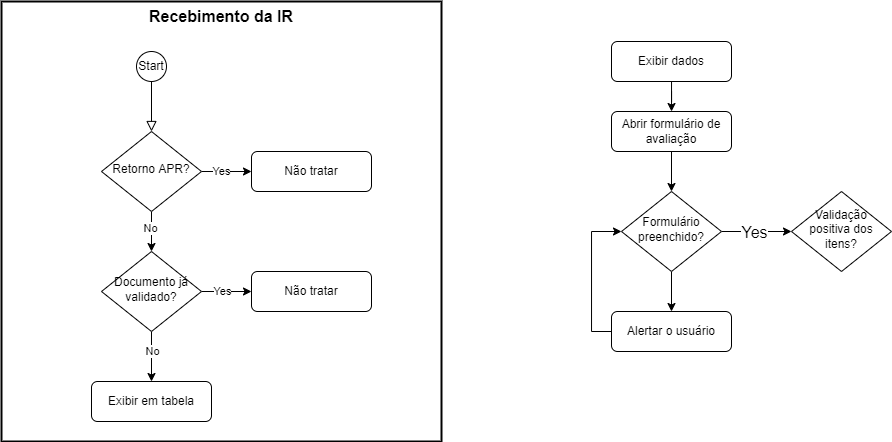
RogiNascimento/diagramas keeps this draw.io diagram as fluxograma.drawio.png. Above is the earlier version. Source tidied: cells renumbered, new cells last; positions are measured from the earlier drawing's top-left corner, leaving out a move shared by most shapes.
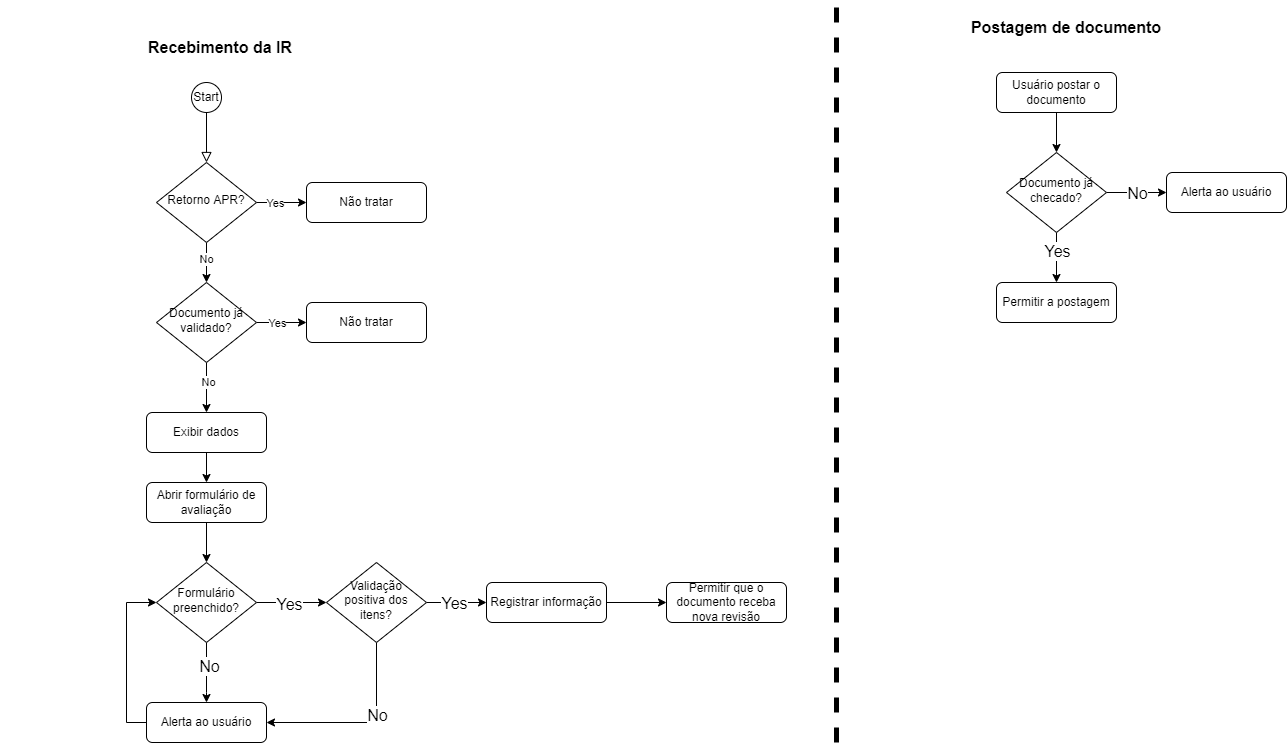
After the commit.

What changed in the source:
```diff
@@ -2,9 +2,9 @@
   <root>
     <mxCell id="0" />
     <mxCell id="1" parent="0" />
-    <mxCell id="2" style="whiteSpace=wrap;html=1;fillColor=none;strokeWidth=2;" parent="1" vertex="1">
-      <mxGeometry width="440" height="440" as="geometry" />
-    </mxCell>
+    <mxCell id="30" style="edgeStyle=orthogonalEdgeStyle;rounded=0;jettySize=auto;html=1;fontSize=16;" parent="1" edge="1" source="27" target="36">
+      <mxGeometry relative="1" as="geometry" />
+    </mxCell>
     <mxCell id="3" style="rounded=0;html=1;jettySize=auto;fontSize=11;endArrow=block;endFill=0;endSize=8;strokeWidth=1;shadow=0;labelBackgroundColor=none;edgeStyle=orthogonalEdgeStyle;" parent="1" edge="1" target="8">
       <mxGeometry relative="1" as="geometry">
         <mxPoint x="150" y="80" as="sourcePoint" />
@@ -55,25 +55,22 @@
       <mxGeometry x="250" y="270" width="120" height="40" as="geometry" />
     </mxCell>
     <mxCell id="16" value="Recebimento da IR" style="text;html=1;strokeColor=none;fillColor=none;align=center;verticalAlign=middle;whiteSpace=wrap;rounded=0;fontSize=16;fontStyle=1;" parent="1" vertex="1">
-      <mxGeometry width="440" height="30" as="geometry" />
+      <mxGeometry x="-56" width="440" height="30" as="geometry" />
     </mxCell>
     <mxCell id="17" value="Start" style="ellipse;whiteSpace=wrap;html=1;" parent="1" vertex="1">
       <mxGeometry x="135" y="50" width="30" height="30" as="geometry" />
     </mxCell>
-    <mxCell id="18" value="&lt;span style=&quot;font-family: &amp;#34;helvetica&amp;#34;&quot;&gt;Exibir em tabela&lt;/span&gt;" style="rounded=1;whiteSpace=wrap;html=1;fontSize=12;glass=0;strokeWidth=1;shadow=0;" parent="1" vertex="1">
-      <mxGeometry x="90" y="380" width="120" height="40" as="geometry" />
-    </mxCell>
     <mxCell id="19" style="edgeStyle=orthogonalEdgeStyle;rounded=0;jettySize=auto;html=1;fontSize=16;" parent="1" edge="1" source="20" target="22">
       <mxGeometry relative="1" as="geometry" />
     </mxCell>
     <mxCell id="20" value="Exibir dados" style="rounded=1;whiteSpace=wrap;html=1;fontSize=12;glass=0;strokeWidth=1;shadow=0;" parent="1" vertex="1">
-      <mxGeometry x="610" y="40" width="120" height="40" as="geometry" />
+      <mxGeometry x="90" y="380" width="120" height="40" as="geometry" />
     </mxCell>
     <mxCell id="21" style="edgeStyle=orthogonalEdgeStyle;rounded=0;jettySize=auto;html=1;fontSize=16;" parent="1" edge="1" source="22" target="26">
       <mxGeometry relative="1" as="geometry" />
     </mxCell>
     <mxCell id="22" value="Abrir formulário de avaliação" style="rounded=1;whiteSpace=wrap;html=1;fontSize=12;glass=0;strokeWidth=1;shadow=0;" parent="1" vertex="1">
-      <mxGeometry x="610" y="110" width="120" height="40" as="geometry" />
+      <mxGeometry x="90" y="450" width="120" height="40" as="geometry" />
     </mxCell>
     <mxCell id="23" style="edgeStyle=orthogonalEdgeStyle;rounded=0;jettySize=auto;html=1;fontSize=16;" parent="1" edge="1" source="26" target="27">
       <mxGeometry relative="1" as="geometry" />
@@ -83,20 +80,90 @@
         <mxPoint x="9" as="offset" />
       </mxGeometry>
     </mxCell>
+    <mxCell id="31" value="Yes" style="edgeLabel;html=1;align=center;verticalAlign=middle;fontSize=16;" parent="23" vertex="1">
+      <mxGeometry x="-0.31" y="-1" relative="1" as="geometry">
+        <mxPoint x="174" y="-1" as="offset" />
+      </mxGeometry>
+    </mxCell>
     <mxCell id="25" style="edgeStyle=orthogonalEdgeStyle;rounded=0;jettySize=auto;html=1;fontSize=16;" parent="1" edge="1" source="26" target="29">
-      <mxGeometry relative="1" as="geometry" />
+      <mxGeometry relative="1" as="geometry">
+        <Array as="points">
+          <mxPoint x="150" y="660" />
+          <mxPoint x="150" y="660" />
+        </Array>
+      </mxGeometry>
     </mxCell>
+    <mxCell id="32" value="No" style="edgeLabel;html=1;align=center;verticalAlign=middle;fontSize=16;" parent="25" vertex="1">
+      <mxGeometry x="-0.29" y="2" relative="1" as="geometry">
+        <mxPoint y="2" as="offset" />
+      </mxGeometry>
+    </mxCell>
     <mxCell id="26" value="Formulário preenchido?" style="rhombus;whiteSpace=wrap;html=1;shadow=0;fontFamily=Helvetica;fontSize=12;align=center;strokeWidth=1;spacing=6;spacingTop=-4;" parent="1" vertex="1">
-      <mxGeometry x="620" y="190" width="100" height="80" as="geometry" />
+      <mxGeometry x="100" y="530" width="100" height="80" as="geometry" />
     </mxCell>
+    <mxCell id="33" style="edgeStyle=orthogonalEdgeStyle;rounded=0;jettySize=auto;html=1;entryX=1;entryY=0.5;entryDx=0;entryDy=0;fontSize=16;exitX=0.5;exitY=1;exitDx=0;exitDy=0;" parent="1" edge="1" source="27" target="29">
+      <mxGeometry relative="1" as="geometry" />
+    </mxCell>
+    <mxCell id="34" value="No" style="edgeLabel;html=1;align=center;verticalAlign=middle;fontSize=16;" parent="33" vertex="1">
+      <mxGeometry x="-0.24" relative="1" as="geometry" />
+    </mxCell>
-    <mxCell id="27" value="Validação positiva dos itens?" style="rhombus;whiteSpace=wrap;html=1;shadow=0;fontFamily=Helvetica;fontSize=12;align=center;strokeWidth=1;spacing=6;spacingTop=-4;" parent="1" vertex="1">
-      <mxGeometry x="790" y="190" width="100" height="80" as="geometry" />
+    <mxCell id="27" value="&lt;div&gt;&lt;span&gt;Validação positiva dos itens?&lt;/span&gt;&lt;/div&gt;" style="rhombus;whiteSpace=wrap;html=1;shadow=0;fontFamily=Helvetica;fontSize=12;align=center;strokeWidth=1;spacing=6;spacingTop=-4;" parent="1" vertex="1">
+      <mxGeometry x="270" y="530" width="100" height="80" as="geometry" />
     </mxCell>
     <mxCell id="28" style="edgeStyle=orthogonalEdgeStyle;rounded=0;jettySize=auto;html=1;exitX=0;exitY=0.5;exitDx=0;exitDy=0;entryX=0;entryY=0.5;entryDx=0;entryDy=0;fontSize=16;" parent="1" edge="1" source="29" target="26">
       <mxGeometry relative="1" as="geometry" />
     </mxCell>
-    <mxCell id="29" value="Alertar o usuário" style="rounded=1;whiteSpace=wrap;html=1;fontSize=12;glass=0;strokeWidth=1;shadow=0;" parent="1" vertex="1">
-      <mxGeometry x="610" y="310" width="120" height="40" as="geometry" />
+    <mxCell id="29" value="Alerta ao usuário" style="rounded=1;whiteSpace=wrap;html=1;fontSize=12;glass=0;strokeWidth=1;shadow=0;" parent="1" vertex="1">
+      <mxGeometry x="90" y="670" width="120" height="40" as="geometry" />
     </mxCell>
+    <mxCell id="35" style="edgeStyle=orthogonalEdgeStyle;rounded=0;jettySize=auto;html=1;fontSize=16;" parent="1" edge="1" source="36" target="37">
+      <mxGeometry relative="1" as="geometry" />
+    </mxCell>
+    <mxCell id="36" value="Registrar informação" style="rounded=1;whiteSpace=wrap;html=1;fontSize=12;glass=0;strokeWidth=1;shadow=0;" parent="1" vertex="1">
+      <mxGeometry x="430" y="550" width="120" height="40" as="geometry" />
+    </mxCell>
+    <mxCell id="37" value="Permitir que o documento receba nova revisão" style="rounded=1;whiteSpace=wrap;html=1;fontSize=12;glass=0;strokeWidth=1;shadow=0;" parent="1" vertex="1">
+      <mxGeometry x="610" y="550" width="120" height="40" as="geometry" />
+    </mxCell>
+    <mxCell id="38" style="edgeStyle=orthogonalEdgeStyle;rounded=0;jettySize=auto;html=1;fontSize=16;" parent="1" edge="1" source="39" target="44">
+      <mxGeometry relative="1" as="geometry" />
+    </mxCell>
+    <mxCell id="39" value="Usuário postar o documento" style="rounded=1;whiteSpace=wrap;html=1;fontSize=12;glass=0;strokeWidth=1;shadow=0;" parent="1" vertex="1">
+      <mxGeometry x="940" y="40" width="120" height="40" as="geometry" />
+    </mxCell>
+    <mxCell id="40" style="edgeStyle=orthogonalEdgeStyle;rounded=0;jettySize=auto;html=1;fontSize=16;" parent="1" edge="1" source="44" target="45">
+      <mxGeometry relative="1" as="geometry" />
+    </mxCell>
+    <mxCell id="41" style="edgeStyle=orthogonalEdgeStyle;rounded=0;jettySize=auto;html=1;fontSize=16;" parent="1" edge="1" source="44" target="46">
+      <mxGeometry relative="1" as="geometry" />
+    </mxCell>
+    <mxCell id="42" value="No" style="edgeLabel;html=1;align=center;verticalAlign=middle;fontSize=16;" parent="41" vertex="1">
+      <mxGeometry x="0.21" y="1" relative="1" as="geometry">
+        <mxPoint x="-6" y="1" as="offset" />
+      </mxGeometry>
+    </mxCell>
+    <mxCell id="43" value="Yes" style="edgeLabel;html=1;align=center;verticalAlign=middle;fontSize=16;" parent="41" vertex="1">
+      <mxGeometry x="0.21" y="1" relative="1" as="geometry">
+        <mxPoint x="-86" y="59" as="offset" />
+      </mxGeometry>
+    </mxCell>
+    <mxCell id="44" value="Documento já checado?" style="rhombus;whiteSpace=wrap;html=1;shadow=0;fontFamily=Helvetica;fontSize=12;align=center;strokeWidth=1;spacing=6;spacingTop=-4;" parent="1" vertex="1">
+      <mxGeometry x="950" y="120" width="100" height="80" as="geometry" />
+    </mxCell>
+    <mxCell id="45" value="Permitir a postagem" style="rounded=1;whiteSpace=wrap;html=1;fontSize=12;glass=0;strokeWidth=1;shadow=0;" parent="1" vertex="1">
+      <mxGeometry x="940" y="250" width="120" height="40" as="geometry" />
+    </mxCell>
+    <mxCell id="46" value="Alerta ao usuário" style="rounded=1;whiteSpace=wrap;html=1;fontSize=12;glass=0;strokeWidth=1;shadow=0;" parent="1" vertex="1">
+      <mxGeometry x="1110" y="140" width="120" height="40" as="geometry" />
+    </mxCell>
+    <mxCell id="47" value="Postagem de documento" style="text;html=1;strokeColor=none;fillColor=none;align=center;verticalAlign=middle;whiteSpace=wrap;rounded=0;fontSize=16;fontStyle=1;" parent="1" vertex="1">
+      <mxGeometry x="790" y="-20" width="440" height="30" as="geometry" />
+    </mxCell>
+    <mxCell id="48" style="endArrow=none;dashed=1;html=1;rounded=0;fontSize=21;strokeWidth=5;" parent="1" edge="1">
+      <mxGeometry relative="1" as="geometry">
+        <mxPoint x="780" y="710" as="sourcePoint" />
+        <mxPoint x="780" y="-30" as="targetPoint" />
+      </mxGeometry>
+    </mxCell>
   </root>
 </mxGraphModel>
```
